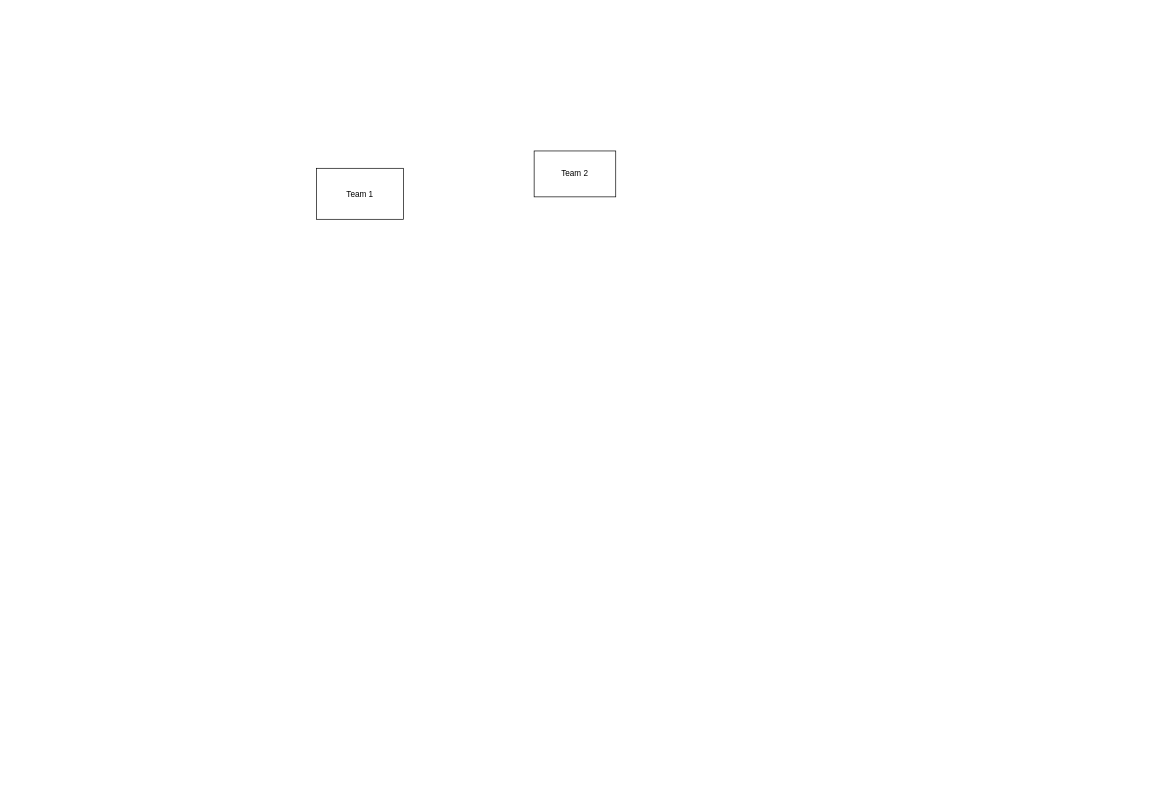
The draw.io diagram 1vX.drawio in Vhaultyr/1vX-Project, before the edit. Source tidied: cells renumbered, new cells numbered last; positions are measured from the earlier drawing's top-left corner, leaving out a move shared by most shapes. Both pictures are drawn from the tidied source at 68%, with x=0, y=0 at pixel (316, 150).
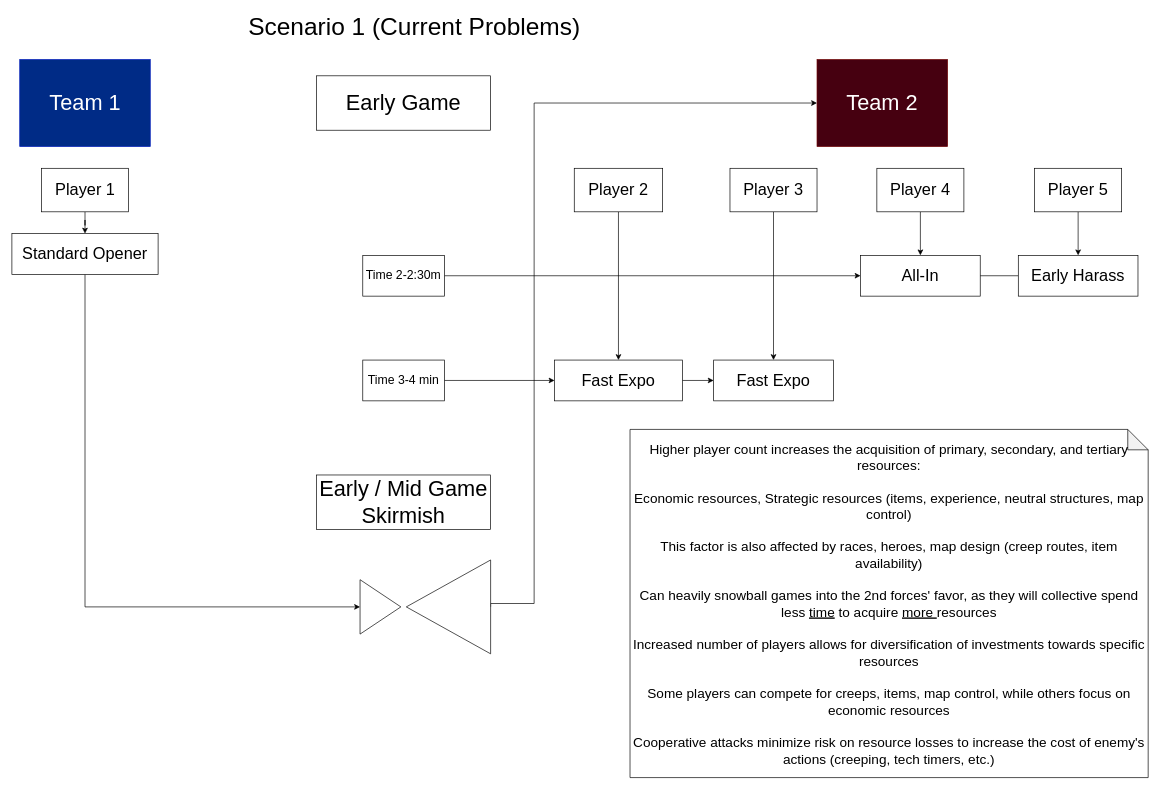
Above is the later version.

The edit, as a diff of the source:
```diff
@@
-    <mxCell id="2" value="Team 1" style="rounded=0;whiteSpace=wrap;html=1;" parent="1" vertex="1">
-      <mxGeometry y="26" width="128" height="75" as="geometry" />
+    <mxCell id="2" value="Team 1" style="rounded=0;whiteSpace=wrap;html=1;fontSize=32;fontFamily=Helvetica;fillStyle=auto;gradientDirection=east;fillColor=#002B86;fontColor=#ffffff;strokeColor=#001DBC;" parent="1" vertex="1">
+      <mxGeometry x="-436.5" y="-134" width="192" height="128" as="geometry" />
     </mxCell>
+    <mxCell id="4" style="edgeStyle=orthogonalEdgeStyle;rounded=0;jettySize=auto;html=1;" parent="1" edge="1" source="5" target="17">
+      <mxGeometry relative="1" as="geometry" />
+    </mxCell>
+    <mxCell id="5" value="Player 1" style="rounded=0;whiteSpace=wrap;html=1;fontSize=24;fontFamily=Helvetica;fillStyle=auto;gradientDirection=east;" parent="1" vertex="1">
+      <mxGeometry x="-404.5" y="26" width="128" height="64" as="geometry" />
+    </mxCell>
-    <mxCell id="3" value="Team 2" style="rounded=0;whiteSpace=wrap;html=1;" parent="1" vertex="1">
-      <mxGeometry x="320" y="0.5" width="120" height="67.5" as="geometry" />
+    <mxCell id="3" value="Team 2" style="rounded=0;whiteSpace=wrap;html=1;fontSize=32;fontFamily=Helvetica;fillStyle=auto;gradientDirection=east;fillColor=#460010;fontColor=#ffffff;strokeColor=#6F0000;" parent="1" vertex="1">
+      <mxGeometry x="736" y="-134" width="192" height="128" as="geometry" />
     </mxCell>
+    <mxCell id="6" style="edgeStyle=orthogonalEdgeStyle;rounded=0;jettySize=auto;html=1;" parent="1" edge="1" source="7" target="20">
+      <mxGeometry relative="1" as="geometry" />
+    </mxCell>
+    <mxCell id="7" value="Player 2" style="rounded=0;whiteSpace=wrap;html=1;fontSize=24;fontFamily=Helvetica;fillStyle=auto;gradientDirection=east;" parent="1" vertex="1">
+      <mxGeometry x="379" y="26" width="130" height="64" as="geometry" />
+    </mxCell>
+    <mxCell id="8" style="edgeStyle=orthogonalEdgeStyle;rounded=0;jettySize=auto;html=1;" parent="1" edge="1" source="9" target="21">
+      <mxGeometry relative="1" as="geometry" />
+    </mxCell>
+    <mxCell id="9" value="Player 3" style="rounded=0;whiteSpace=wrap;html=1;fontSize=24;fontFamily=Helvetica;fillStyle=auto;gradientDirection=east;" parent="1" vertex="1">
+      <mxGeometry x="608" y="26" width="128" height="64" as="geometry" />
+    </mxCell>
+    <mxCell id="10" style="edgeStyle=orthogonalEdgeStyle;rounded=0;jettySize=auto;html=1;" parent="1" edge="1" source="11" target="22">
+      <mxGeometry relative="1" as="geometry" />
+    </mxCell>
+    <mxCell id="11" value="Player 4" style="rounded=0;whiteSpace=wrap;html=1;fontSize=24;fontFamily=Helvetica;fillStyle=auto;gradientDirection=east;" parent="1" vertex="1">
+      <mxGeometry x="824" y="26" width="128" height="64" as="geometry" />
+    </mxCell>
+    <mxCell id="12" style="edgeStyle=orthogonalEdgeStyle;rounded=0;jettySize=auto;html=1;" parent="1" edge="1" source="13" target="24">
+      <mxGeometry relative="1" as="geometry" />
+    </mxCell>
+    <mxCell id="13" value="Player 5" style="rounded=0;whiteSpace=wrap;html=1;fontSize=24;fontFamily=Helvetica;fillStyle=auto;gradientDirection=east;" parent="1" vertex="1">
+      <mxGeometry x="1056" y="26" width="128" height="64" as="geometry" />
+    </mxCell>
+    <mxCell id="14" value="Early Game" style="rounded=0;whiteSpace=wrap;html=1;fontSize=32;" parent="1" vertex="1">
+      <mxGeometry y="-110" width="256" height="80" as="geometry" />
+    </mxCell>
+    <mxCell id="15" value="Higher player count increases the acquisition of primary, secondary, and tertiary resources:&lt;br&gt;&lt;br&gt;Economic resources, Strategic resources (items, experience, neutral structures, map control)&lt;div&gt;&lt;br&gt;&lt;/div&gt;&lt;div&gt;This factor is also affected by races, heroes, map design (creep routes, item availability)&lt;br&gt;&lt;/div&gt;&lt;div&gt;&lt;br&gt;&lt;/div&gt;&lt;div&gt;Can heavily snowball games into the 2nd forces' favor, as they will collective spend less &lt;u&gt;time&lt;/u&gt;&amp;nbsp;to acquire &lt;u&gt;more&amp;nbsp;&lt;/u&gt;resources&lt;/div&gt;&lt;div&gt;&lt;br&gt;&lt;/div&gt;&lt;div&gt;Increased number of players allows for diversification of investments towards specific resources&lt;br&gt;&lt;br&gt;Some players can compete for creeps, items, map control, while others focus on economic resources&lt;div&gt;&lt;br&gt;&lt;/div&gt;&lt;div&gt;Cooperative attacks minimize risk on resource losses to increase the cost of enemy's actions (creeping, tech timers, etc.)&lt;/div&gt;&lt;/div&gt;" style="shape=note;whiteSpace=wrap;html=1;backgroundOutline=1;darkOpacity=0.05;fontSize=20;" parent="1" vertex="1">
+      <mxGeometry x="461" y="410" width="762" height="512" as="geometry" />
+    </mxCell>
+    <mxCell id="16" style="edgeStyle=orthogonalEdgeStyle;rounded=0;jettySize=auto;html=1;exitX=0.5;exitY=1;exitDx=0;exitDy=0;entryX=0;entryY=0.5;entryDx=0;entryDy=0;" parent="1" edge="1" source="17" target="29">
+      <mxGeometry relative="1" as="geometry" />
+    </mxCell>
+    <mxCell id="17" value="Standard Opener" style="whiteSpace=wrap;html=1;fontSize=24;rounded=0;fillStyle=auto;gradientDirection=east;" parent="1" vertex="1">
+      <mxGeometry x="-448" y="122" width="215" height="60" as="geometry" />
+    </mxCell>
+    <mxCell id="18" value="&lt;div&gt;&lt;font style=&quot;&quot;&gt;Scenario 1 (Current Problems)&lt;/font&gt;&lt;/div&gt;" style="text;html=1;align=center;verticalAlign=middle;whiteSpace=wrap;rounded=0;fontSize=36;fontColor=default;" parent="1" vertex="1">
+      <mxGeometry x="-128" y="-198" width="544" height="30" as="geometry" />
+    </mxCell>
+    <mxCell id="19" style="edgeStyle=orthogonalEdgeStyle;rounded=0;jettySize=auto;html=1;" parent="1" edge="1" source="20" target="21">
+      <mxGeometry relative="1" as="geometry" />
+    </mxCell>
+    <mxCell id="20" value="Fast Expo" style="whiteSpace=wrap;html=1;fontSize=24;rounded=0;fillStyle=auto;gradientDirection=east;" parent="1" vertex="1">
+      <mxGeometry x="350" y="308" width="188" height="60" as="geometry" />
+    </mxCell>
+    <mxCell id="21" value="Fast Expo" style="whiteSpace=wrap;html=1;fontSize=24;rounded=0;fillStyle=auto;gradientDirection=east;" parent="1" vertex="1">
+      <mxGeometry x="584" y="308" width="176" height="60" as="geometry" />
+    </mxCell>
+    <mxCell id="22" value="All-In" style="whiteSpace=wrap;html=1;fontSize=24;rounded=0;fillStyle=auto;gradientDirection=east;" parent="1" vertex="1">
+      <mxGeometry x="800" y="154" width="176" height="60" as="geometry" />
+    </mxCell>
+    <mxCell id="23" style="edgeStyle=orthogonalEdgeStyle;rounded=0;jettySize=auto;html=1;endArrow=none;endFill=0;" parent="1" edge="1" source="24" target="22">
+      <mxGeometry relative="1" as="geometry" />
+    </mxCell>
+    <mxCell id="24" value="Early Harass" style="whiteSpace=wrap;html=1;fontSize=24;rounded=0;fillStyle=auto;gradientDirection=east;" parent="1" vertex="1">
+      <mxGeometry x="1032" y="154" width="176" height="60" as="geometry" />
+    </mxCell>
+    <mxCell id="25" style="edgeStyle=orthogonalEdgeStyle;rounded=0;jettySize=auto;html=1;entryX=0;entryY=0.5;entryDx=0;entryDy=0;" parent="1" edge="1" source="26" target="20">
+      <mxGeometry relative="1" as="geometry" />
+    </mxCell>
+    <mxCell id="26" value="Time 3-4 min" style="rounded=0;whiteSpace=wrap;html=1;fontSize=18;" parent="1" vertex="1">
+      <mxGeometry x="68" y="308" width="120" height="60" as="geometry" />
+    </mxCell>
+    <mxCell id="27" style="edgeStyle=orthogonalEdgeStyle;rounded=0;jettySize=auto;html=1;" parent="1" edge="1" source="28" target="22">
+      <mxGeometry relative="1" as="geometry" />
+    </mxCell>
+    <mxCell id="28" value="Time 2-2:30m" style="rounded=0;whiteSpace=wrap;html=1;fontSize=18;" parent="1" vertex="1">
+      <mxGeometry x="68" y="154" width="120" height="60" as="geometry" />
+    </mxCell>
+    <mxCell id="29" style="triangle;whiteSpace=wrap;html=1;" parent="1" vertex="1">
+      <mxGeometry x="64" y="631" width="60" height="80" as="geometry" />
+    </mxCell>
+    <mxCell id="30" style="edgeStyle=orthogonalEdgeStyle;rounded=0;jettySize=auto;html=1;exitX=0;exitY=0.5;exitDx=0;exitDy=0;entryX=0;entryY=0.5;entryDx=0;entryDy=0;" parent="1" edge="1" source="31" target="3">
+      <mxGeometry relative="1" as="geometry">
+        <Array as="points">
+          <mxPoint x="256" y="666" />
+          <mxPoint x="320" y="666" />
+          <mxPoint x="320" y="-70" />
+        </Array>
+      </mxGeometry>
+    </mxCell>
+    <mxCell id="31" style="triangle;whiteSpace=wrap;html=1;rotation=-180;" parent="1" vertex="1">
+      <mxGeometry x="132" y="602" width="124" height="138" as="geometry" />
+    </mxCell>
+    <mxCell id="32" value="Early / Mid Game Skirmish" style="rounded=0;whiteSpace=wrap;html=1;fontSize=32;" parent="1" vertex="1">
+      <mxGeometry y="477" width="256" height="80" as="geometry" />
+    </mxCell>
```
